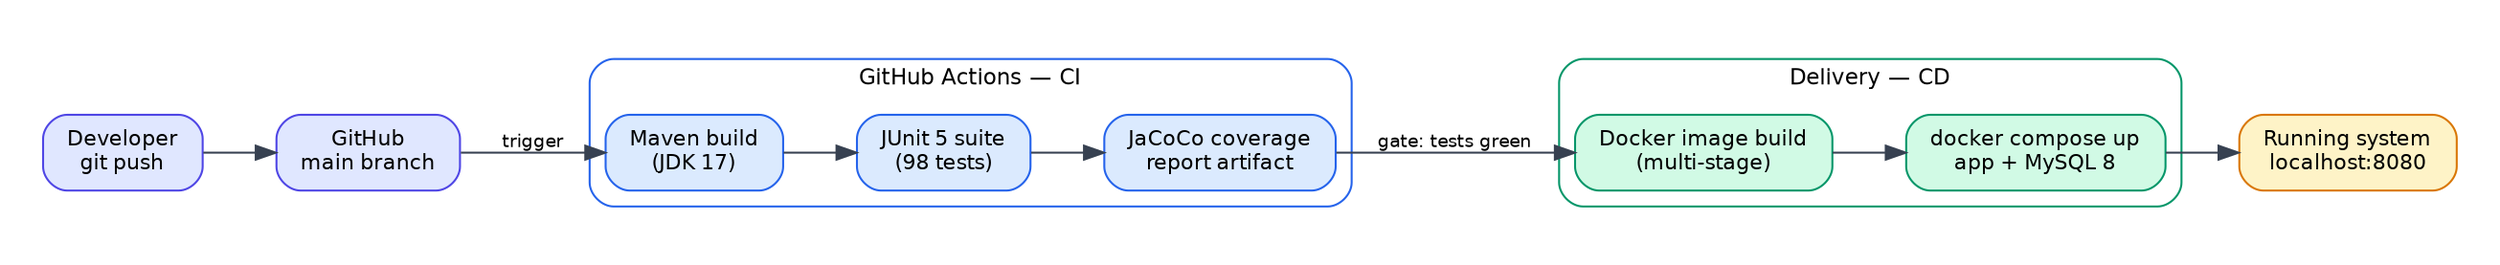
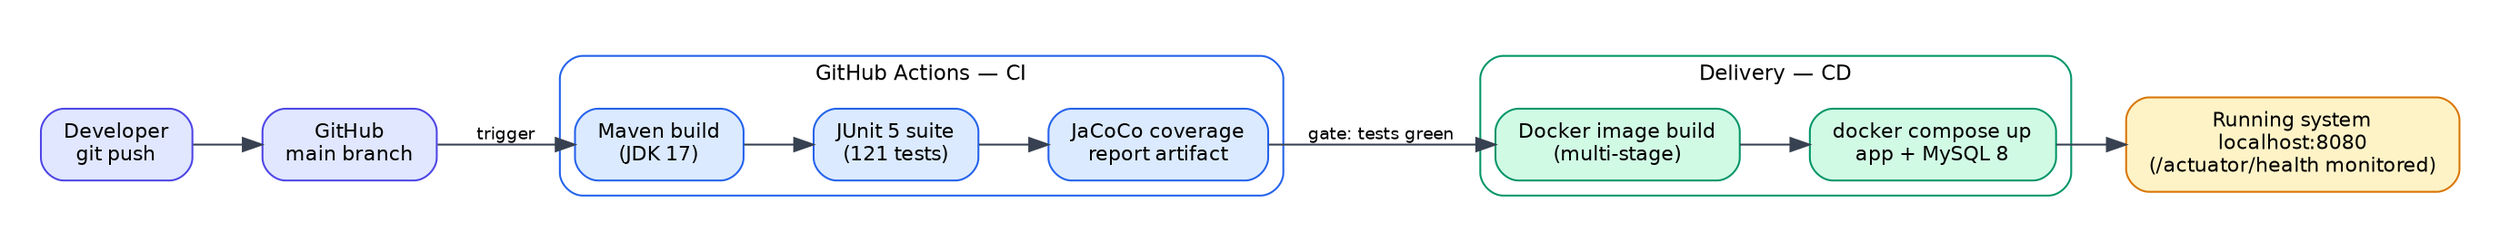
digraph cicd {
	bgcolor=white fontname=Helvetica nodesep=0.4 pad=0.3 rankdir=LR ranksep=0.5
	node [fontname=Helvetica fontsize=10.5 margin="0.16,0.1" shape=box style="rounded,filled"]
	edge [color="#374151" fontname=Helvetica fontsize=9]
	dev [label="Developer
git push" color="#4f46e5" fillcolor="#e0e7ff"]
	gh [label="GitHub
main branch" color="#4f46e5" fillcolor="#e0e7ff"]
	subgraph cluster_ci {
		color="#2563eb" fontname=Helvetica fontsize=11 label="GitHub Actions — CI" style=rounded
		build [label="Maven build
(JDK 17)" color="#2563eb" fillcolor="#dbeafe"]
		test [label="JUnit 5 suite
- (98 tests)" color="#2563eb" fillcolor="#dbeafe"]
+ (121 tests)" color="#2563eb" fillcolor="#dbeafe"]
		cov [label="JaCoCo coverage
report artifact" color="#2563eb" fillcolor="#dbeafe"]
	}
	subgraph cluster_cd {
		color="#059669" fontname=Helvetica fontsize=11 label="Delivery — CD" style=rounded
		img [label="Docker image build
(multi-stage)" color="#059669" fillcolor="#d1fae5"]
		compose [label="docker compose up
app + MySQL 8" color="#059669" fillcolor="#d1fae5"]
	}
	run [label="Running system
- localhost:8080" color="#d97706" fillcolor="#fef3c7"]
+ localhost:8080
+ (/actuator/health monitored)" color="#d97706" fillcolor="#fef3c7"]
	dev -> gh
	gh -> build [label=" trigger "]
	build -> test
	test -> cov
	cov -> img [label=" gate: tests green "]
	img -> compose
	compose -> run
}
